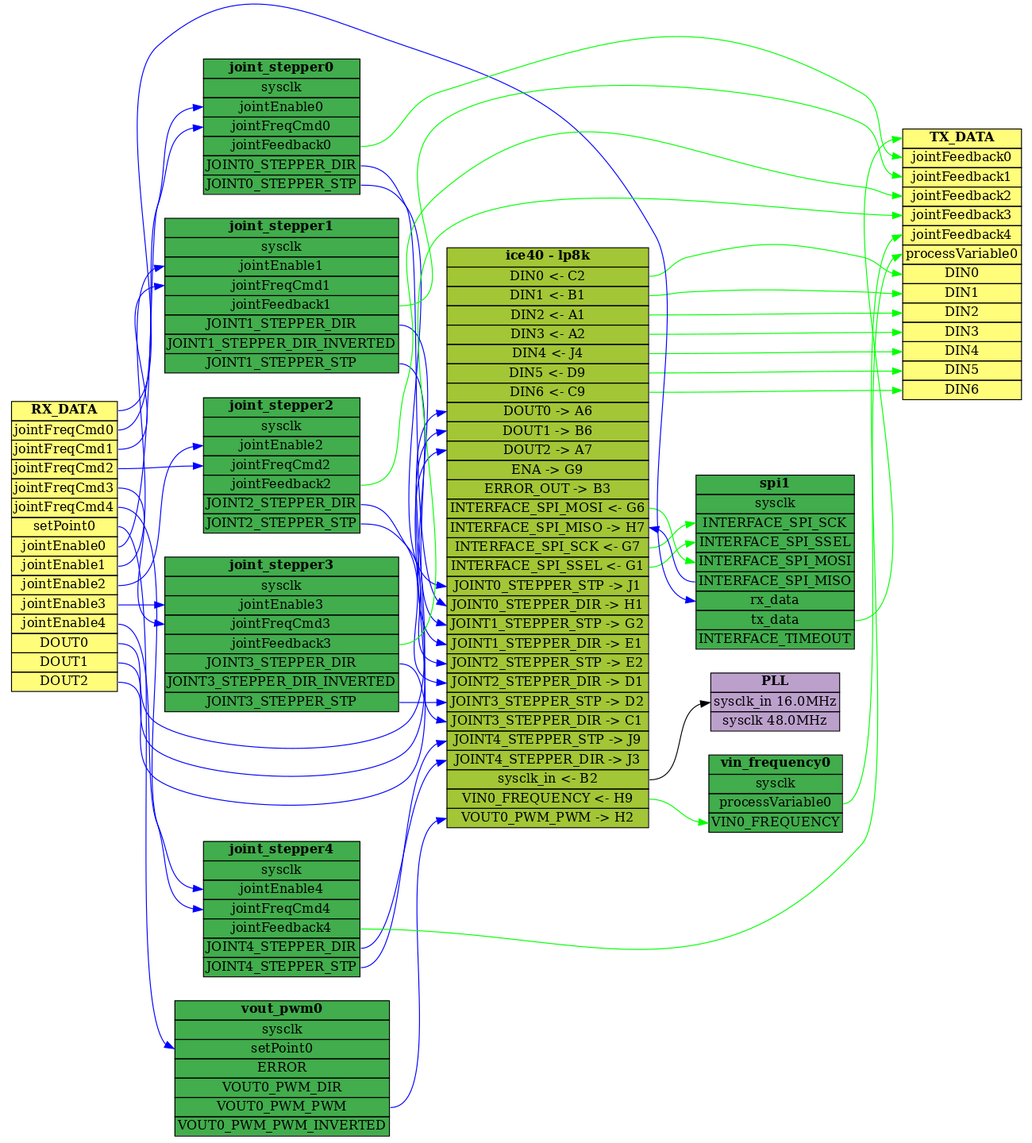
Earlier version of the Graphviz export Output/TinyFPGA-BX_BOB/doc/flowchart.png (multigcs/LinuxCNC-RIO). Its source is kept beside it as Output/TinyFPGA-BX_BOB/doc/flowchart.gv.
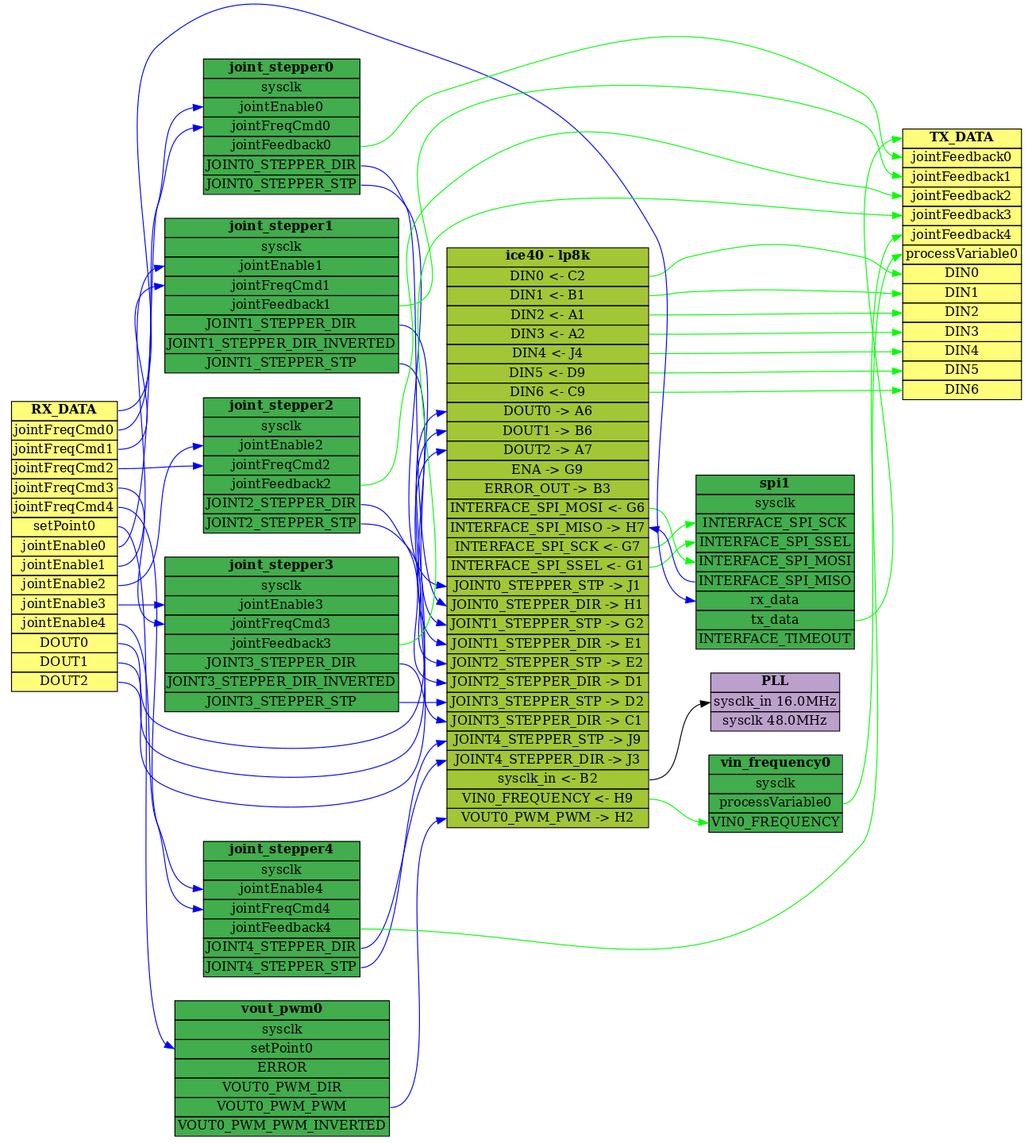
Later version of the same file.

What changed in the source:
```diff
@@ -16,12 +16,21 @@
 	tx_data [label=<<TABLE bgcolor="#fffd7a" BORDER="0" CELLBORDER="1" CELLSPACING="0"><TR><TD PORT="tx_data"><B>TX_DATA</B></TD></TR><TR><TD PORT="jointFeedback0">jointFeedback0</TD></TR><TR><TD PORT="jointFeedback1">jointFeedback1</TD></TR><TR><TD PORT="jointFeedback2">jointFeedback2</TD></TR><TR><TD PORT="jointFeedback3">jointFeedback3</TD></TR><TR><TD PORT="jointFeedback4">jointFeedback4</TD></TR><TR><TD PORT="processVariable0">processVariable0</TD></TR><TR><TD PORT="DIN0">DIN0</TD></TR><TR><TD PORT="DIN1">DIN1</TD></TR><TR><TD PORT="DIN2">DIN2</TD></TR><TR><TD PORT="DIN3">DIN3</TD></TR><TR><TD PORT="DIN4">DIN4</TD></TR><TR><TD PORT="DIN5">DIN5</TD></TR><TR><TD PORT="DIN6">DIN6</TD></TR></TABLE>>]
 	pll [label=<<TABLE bgcolor="#bca0cc" BORDER="0" CELLBORDER="1" CELLSPACING="0"><TR><TD><B>PLL</B></TD></TR><TR><TD PORT="sysclk_in">sysclk_in 16.0MHz</TD></TR><TR><TD PORT="sysclk">sysclk 48.0MHz</TD></TR></TABLE>>]
 	pins:sysclk_in -> pll:sysclk_in
-	vin_frequency0 [label=vin_frequency0]
-	vin_frequency0:processVariable0 -> tx_data:processVariable0 [color=green]
-	vin_frequency0 [label=vin_frequency0]
-	pins:VIN0_FREQUENCY -> vin_frequency0:VIN0_FREQUENCY [color=green]
-	vin_frequency0 [label=vin_frequency0]
-	vin_frequency0 [label=<<TABLE bgcolor="#41ad4c" BORDER="0" CELLBORDER="1" CELLSPACING="0"><TR><TD><B>vin_frequency0</B></TD></TR><TR><TD PORT="sysclk">sysclk</TD></TR><TR><TD PORT="processVariable0">processVariable0</TD></TR><TR><TD PORT="VIN0_FREQUENCY">VIN0_FREQUENCY</TD></TR></TABLE>>]
+	spi1 [label=spi1]
+	pins:INTERFACE_SPI_SCK -> spi1:INTERFACE_SPI_SCK [color=green]
+	spi1 [label=spi1]
+	pins:INTERFACE_SPI_SSEL -> spi1:INTERFACE_SPI_SSEL [color=green]
+	spi1 [label=spi1]
+	pins:INTERFACE_SPI_MOSI -> spi1:INTERFACE_SPI_MOSI [color=green]
+	spi1 [label=spi1]
+	spi1:INTERFACE_SPI_MISO -> pins:INTERFACE_SPI_MISO [color=blue]
+	spi1 [label=spi1]
+	rx_data:rx_data -> spi1:rx_data [color=blue]
+	spi1 [label=spi1]
+	spi1:tx_data -> tx_data:tx_data [color=green]
+	spi1 [label=spi1]
+	spi1 [label=spi1]
+	spi1 [label=<<TABLE bgcolor="#41ad4c" BORDER="0" CELLBORDER="1" CELLSPACING="0"><TR><TD><B>spi1</B></TD></TR><TR><TD PORT="sysclk">sysclk</TD></TR><TR><TD PORT="INTERFACE_SPI_SCK">INTERFACE_SPI_SCK</TD></TR><TR><TD PORT="INTERFACE_SPI_SSEL">INTERFACE_SPI_SSEL</TD></TR><TR><TD PORT="INTERFACE_SPI_MOSI">INTERFACE_SPI_MOSI</TD></TR><TR><TD PORT="INTERFACE_SPI_MISO">INTERFACE_SPI_MISO</TD></TR><TR><TD PORT="rx_data">rx_data</TD></TR><TR><TD PORT="tx_data">tx_data</TD></TR><TR><TD PORT="INTERFACE_TIMEOUT">INTERFACE_TIMEOUT</TD></TR></TABLE>>]
 	vout_pwm0 [label=vout_pwm0]
 	rx_data:setPoint0 -> vout_pwm0:setPoint0 [color=blue]
 	vout_pwm0 [label=vout_pwm0]
@@ -90,19 +99,10 @@
 	joint_stepper2 [label=<<TABLE bgcolor="#41ad4c" BORDER="0" CELLBORDER="1" CELLSPACING="0"><TR><TD><B>joint_stepper2</B></TD></TR><TR><TD PORT="sysclk">sysclk</TD></TR><TR><TD PORT="jointEnable2">jointEnable2</TD></TR><TR><TD PORT="jointFreqCmd2">jointFreqCmd2</TD></TR><TR><TD PORT="jointFeedback2">jointFeedback2</TD></TR><TR><TD PORT="JOINT2_STEPPER_DIR">JOINT2_STEPPER_DIR</TD></TR><TR><TD PORT="JOINT2_STEPPER_STP">JOINT2_STEPPER_STP</TD></TR></TABLE>>]
 	joint_stepper3 [label=<<TABLE bgcolor="#41ad4c" BORDER="0" CELLBORDER="1" CELLSPACING="0"><TR><TD><B>joint_stepper3</B></TD></TR><TR><TD PORT="sysclk">sysclk</TD></TR><TR><TD PORT="jointEnable3">jointEnable3</TD></TR><TR><TD PORT="jointFreqCmd3">jointFreqCmd3</TD></TR><TR><TD PORT="jointFeedback3">jointFeedback3</TD></TR><TR><TD PORT="JOINT3_STEPPER_DIR">JOINT3_STEPPER_DIR</TD></TR><TR><TD PORT="JOINT3_STEPPER_DIR_INVERTED">JOINT3_STEPPER_DIR_INVERTED</TD></TR><TR><TD PORT="JOINT3_STEPPER_STP">JOINT3_STEPPER_STP</TD></TR></TABLE>>]
 	joint_stepper4 [label=<<TABLE bgcolor="#41ad4c" BORDER="0" CELLBORDER="1" CELLSPACING="0"><TR><TD><B>joint_stepper4</B></TD></TR><TR><TD PORT="sysclk">sysclk</TD></TR><TR><TD PORT="jointEnable4">jointEnable4</TD></TR><TR><TD PORT="jointFreqCmd4">jointFreqCmd4</TD></TR><TR><TD PORT="jointFeedback4">jointFeedback4</TD></TR><TR><TD PORT="JOINT4_STEPPER_DIR">JOINT4_STEPPER_DIR</TD></TR><TR><TD PORT="JOINT4_STEPPER_STP">JOINT4_STEPPER_STP</TD></TR></TABLE>>]
-	spi1 [label=spi1]
-	pins:INTERFACE_SPI_SCK -> spi1:INTERFACE_SPI_SCK [color=green]
-	spi1 [label=spi1]
-	pins:INTERFACE_SPI_SSEL -> spi1:INTERFACE_SPI_SSEL [color=green]
-	spi1 [label=spi1]
-	pins:INTERFACE_SPI_MOSI -> spi1:INTERFACE_SPI_MOSI [color=green]
-	spi1 [label=spi1]
-	spi1:INTERFACE_SPI_MISO -> pins:INTERFACE_SPI_MISO [color=blue]
-	spi1 [label=spi1]
-	rx_data:rx_data -> spi1:rx_data [color=blue]
-	spi1 [label=spi1]
-	spi1:tx_data -> tx_data:tx_data [color=green]
-	spi1 [label=spi1]
-	spi1 [label=spi1]
-	spi1 [label=<<TABLE bgcolor="#41ad4c" BORDER="0" CELLBORDER="1" CELLSPACING="0"><TR><TD><B>spi1</B></TD></TR><TR><TD PORT="sysclk">sysclk</TD></TR><TR><TD PORT="INTERFACE_SPI_SCK">INTERFACE_SPI_SCK</TD></TR><TR><TD PORT="INTERFACE_SPI_SSEL">INTERFACE_SPI_SSEL</TD></TR><TR><TD PORT="INTERFACE_SPI_MOSI">INTERFACE_SPI_MOSI</TD></TR><TR><TD PORT="INTERFACE_SPI_MISO">INTERFACE_SPI_MISO</TD></TR><TR><TD PORT="rx_data">rx_data</TD></TR><TR><TD PORT="tx_data">tx_data</TD></TR><TR><TD PORT="INTERFACE_TIMEOUT">INTERFACE_TIMEOUT</TD></TR></TABLE>>]
+	vin_frequency0 [label=vin_frequency0]
+	vin_frequency0:processVariable0 -> tx_data:processVariable0 [color=green]
+	vin_frequency0 [label=vin_frequency0]
+	pins:VIN0_FREQUENCY -> vin_frequency0:VIN0_FREQUENCY [color=green]
+	vin_frequency0 [label=vin_frequency0]
+	vin_frequency0 [label=<<TABLE bgcolor="#41ad4c" BORDER="0" CELLBORDER="1" CELLSPACING="0"><TR><TD><B>vin_frequency0</B></TD></TR><TR><TD PORT="sysclk">sysclk</TD></TR><TR><TD PORT="processVariable0">processVariable0</TD></TR><TR><TD PORT="VIN0_FREQUENCY">VIN0_FREQUENCY</TD></TR></TABLE>>]
 }
```
